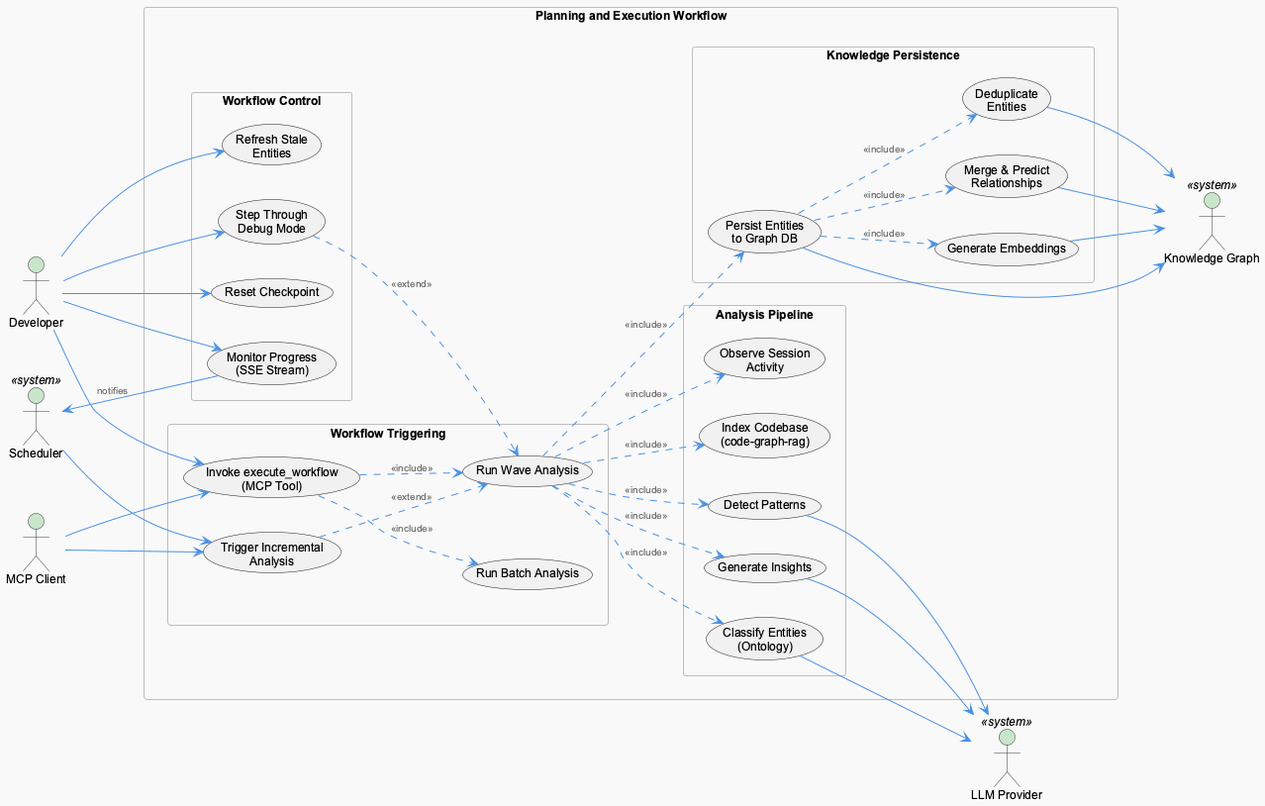
Before: knowledge-management/insights/images/planning-and-execution-workflow-use-cases.png, a diagram exported from PlantUML (fwornle/coding). The source it was exported from:
```plantuml
@startuml
!include /Users/Q284340/Agentic/coding/docs/puml/_standard-style.puml

left to right direction

actor "Developer" as dev
actor "MCP Client" as mcp
actor "Scheduler" as sched <<system>>
actor "LLM Provider" as llm <<system>>
actor "Knowledge Graph" as kg <<system>>

rectangle "Planning and Execution Workflow" {

  rectangle "Workflow Triggering" {
    usecase "Invoke execute_workflow\n(MCP Tool)" as UC_INVOKE
    usecase "Trigger Incremental\nAnalysis" as UC_INCR
    usecase "Run Wave Analysis" as UC_WAVE
    usecase "Run Batch Analysis" as UC_BATCH
  }

  rectangle "Analysis Pipeline" {
    usecase "Index Codebase\n(code-graph-rag)" as UC_INDEX
    usecase "Observe Session\nActivity" as UC_OBS
    usecase "Classify Entities\n(Ontology)" as UC_CLASSIFY
    usecase "Generate Insights" as UC_INSIGHT
    usecase "Detect Patterns" as UC_PATTERN
  }

  rectangle "Knowledge Persistence" {
    usecase "Persist Entities\nto Graph DB" as UC_PERSIST
    usecase "Deduplicate\nEntities" as UC_DEDUP
    usecase "Merge & Predict\nRelationships" as UC_MERGE
    usecase "Generate Embeddings" as UC_EMBED
  }

  rectangle "Workflow Control" {
    usecase "Monitor Progress\n(SSE Stream)" as UC_MONITOR
    usecase "Step Through\nDebug Mode" as UC_DEBUG
    usecase "Reset Checkpoint" as UC_RESET
    usecase "Refresh Stale\nEntities" as UC_REFRESH
  }

}

dev --> UC_INVOKE
dev --> UC_DEBUG
dev --> UC_RESET
dev --> UC_REFRESH
dev --> UC_MONITOR

mcp --> UC_INVOKE
mcp --> UC_INCR

sched --> UC_INCR

UC_INVOKE ..> UC_WAVE : <<include>>
UC_INVOKE ..> UC_BATCH : <<include>>

UC_WAVE ..> UC_INDEX : <<include>>
UC_WAVE ..> UC_OBS : <<include>>
UC_WAVE ..> UC_CLASSIFY : <<include>>
UC_WAVE ..> UC_INSIGHT : <<include>>
UC_WAVE ..> UC_PATTERN : <<include>>
UC_WAVE ..> UC_PERSIST : <<include>>

UC_INCR ..> UC_WAVE : <<extend>>

UC_PERSIST ..> UC_DEDUP : <<include>>
UC_PERSIST ..> UC_MERGE : <<include>>
UC_PERSIST ..> UC_EMBED : <<include>>

UC_DEBUG ..> UC_WAVE : <<extend>>

UC_CLASSIFY --> llm
UC_INSIGHT --> llm
UC_PATTERN --> llm

UC_PERSIST --> kg
UC_DEDUP --> kg
UC_MERGE --> kg
UC_EMBED --> kg

UC_MONITOR --> sched : notifies

@enduml
```
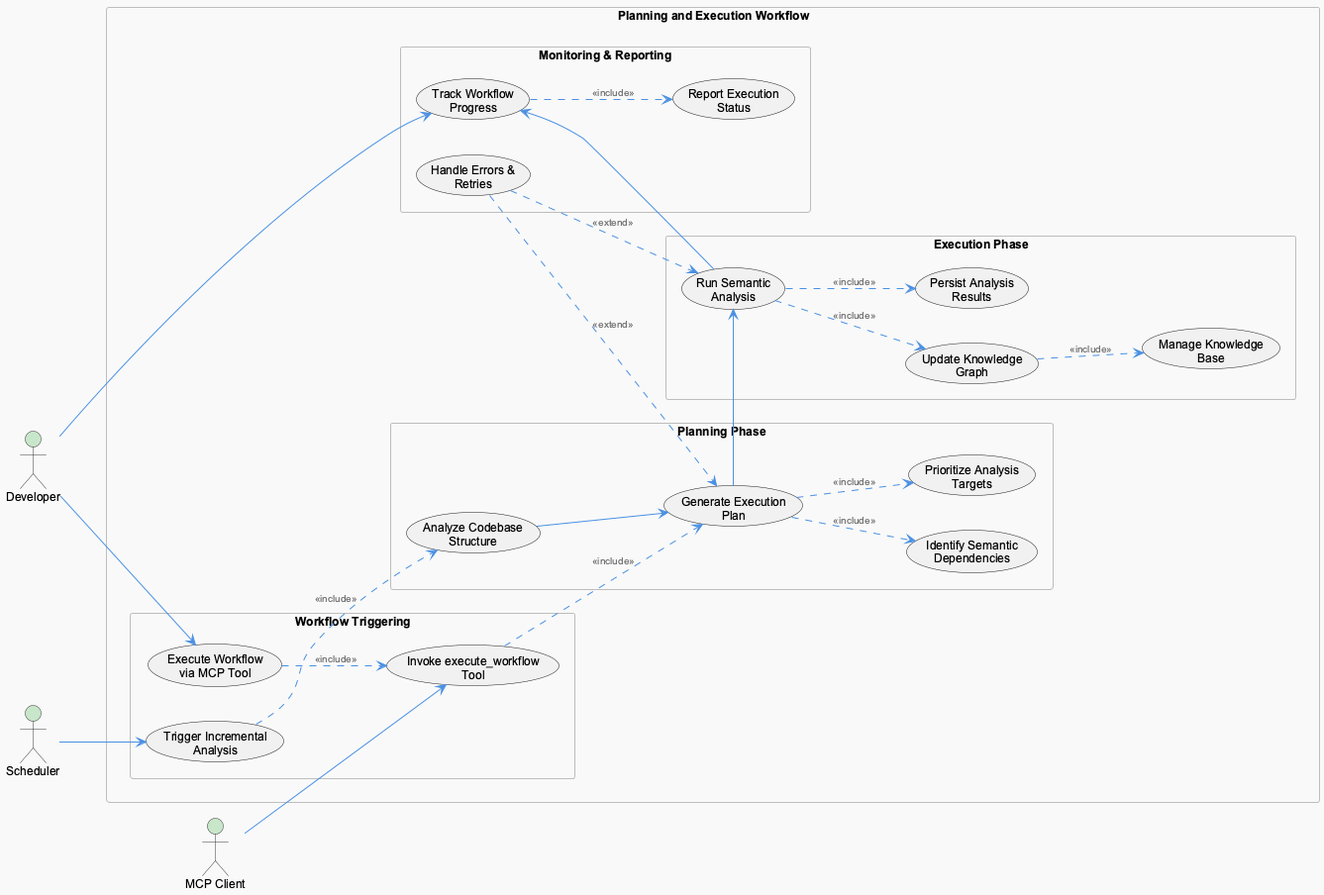
After the commit.

The edit, as a diff of the source:
```diff
@@ -5,81 +5,60 @@
 
 actor "Developer" as dev
 actor "MCP Client" as mcp
-actor "Scheduler" as sched <<system>>
-actor "LLM Provider" as llm <<system>>
-actor "Knowledge Graph" as kg <<system>>
+actor "Scheduler" as scheduler
 
 rectangle "Planning and Execution Workflow" {
 
   rectangle "Workflow Triggering" {
-    usecase "Invoke execute_workflow\n(MCP Tool)" as UC_INVOKE
-    usecase "Trigger Incremental\nAnalysis" as UC_INCR
-    usecase "Run Wave Analysis" as UC_WAVE
-    usecase "Run Batch Analysis" as UC_BATCH
+    usecase "Execute Workflow\nvia MCP Tool" as UC1
+    usecase "Trigger Incremental\nAnalysis" as UC2
+    usecase "Invoke execute_workflow\nTool" as UC3
   }
 
-  rectangle "Analysis Pipeline" {
-    usecase "Index Codebase\n(code-graph-rag)" as UC_INDEX
-    usecase "Observe Session\nActivity" as UC_OBS
-    usecase "Classify Entities\n(Ontology)" as UC_CLASSIFY
-    usecase "Generate Insights" as UC_INSIGHT
-    usecase "Detect Patterns" as UC_PATTERN
+  rectangle "Planning Phase" {
+    usecase "Analyze Codebase\nStructure" as UC4
+    usecase "Generate Execution\nPlan" as UC5
+    usecase "Identify Semantic\nDependencies" as UC6
+    usecase "Prioritize Analysis\nTargets" as UC7
   }
 
-  rectangle "Knowledge Persistence" {
-    usecase "Persist Entities\nto Graph DB" as UC_PERSIST
-    usecase "Deduplicate\nEntities" as UC_DEDUP
-    usecase "Merge & Predict\nRelationships" as UC_MERGE
-    usecase "Generate Embeddings" as UC_EMBED
+  rectangle "Execution Phase" {
+    usecase "Run Semantic\nAnalysis" as UC8
+    usecase "Update Knowledge\nGraph" as UC9
+    usecase "Persist Analysis\nResults" as UC10
+    usecase "Manage Knowledge\nBase" as UC11
   }
 
-  rectangle "Workflow Control" {
-    usecase "Monitor Progress\n(SSE Stream)" as UC_MONITOR
-    usecase "Step Through\nDebug Mode" as UC_DEBUG
-    usecase "Reset Checkpoint" as UC_RESET
-    usecase "Refresh Stale\nEntities" as UC_REFRESH
+  rectangle "Monitoring & Reporting" {
+    usecase "Track Workflow\nProgress" as UC12
+    usecase "Report Execution\nStatus" as UC13
+    usecase "Handle Errors &\nRetries" as UC14
   }
-
 }
 
-dev --> UC_INVOKE
-dev --> UC_DEBUG
-dev --> UC_RESET
-dev --> UC_REFRESH
-dev --> UC_MONITOR
+dev --> UC1
+dev --> UC12
+mcp --> UC3
+scheduler --> UC2
 
-mcp --> UC_INVOKE
-mcp --> UC_INCR
+UC1 ..> UC3 : <<include>>
+UC2 ..> UC4 : <<include>>
+UC3 ..> UC5 : <<include>>
 
-sched --> UC_INCR
+UC5 ..> UC6 : <<include>>
+UC5 ..> UC7 : <<include>>
 
-UC_INVOKE ..> UC_WAVE : <<include>>
-UC_INVOKE ..> UC_BATCH : <<include>>
+UC8 ..> UC9 : <<include>>
+UC8 ..> UC10 : <<include>>
+UC9 ..> UC11 : <<include>>
 
-UC_WAVE ..> UC_INDEX : <<include>>
-UC_WAVE ..> UC_OBS : <<include>>
-UC_WAVE ..> UC_CLASSIFY : <<include>>
-UC_WAVE ..> UC_INSIGHT : <<include>>
-UC_WAVE ..> UC_PATTERN : <<include>>
-UC_WAVE ..> UC_PERSIST : <<include>>
+UC12 ..> UC13 : <<include>>
 
-UC_INCR ..> UC_WAVE : <<extend>>
+UC14 ..> UC8 : <<extend>>
+UC14 ..> UC5 : <<extend>>
 
-UC_PERSIST ..> UC_DEDUP : <<include>>
-UC_PERSIST ..> UC_MERGE : <<include>>
-UC_PERSIST ..> UC_EMBED : <<include>>
-
-UC_DEBUG ..> UC_WAVE : <<extend>>
-
-UC_CLASSIFY --> llm
-UC_INSIGHT --> llm
-UC_PATTERN --> llm
-
-UC_PERSIST --> kg
-UC_DEDUP --> kg
-UC_MERGE --> kg
-UC_EMBED --> kg
-
-UC_MONITOR --> sched : notifies
+UC4 --> UC5
+UC5 --> UC8
+UC8 --> UC12
 
 @enduml
```
